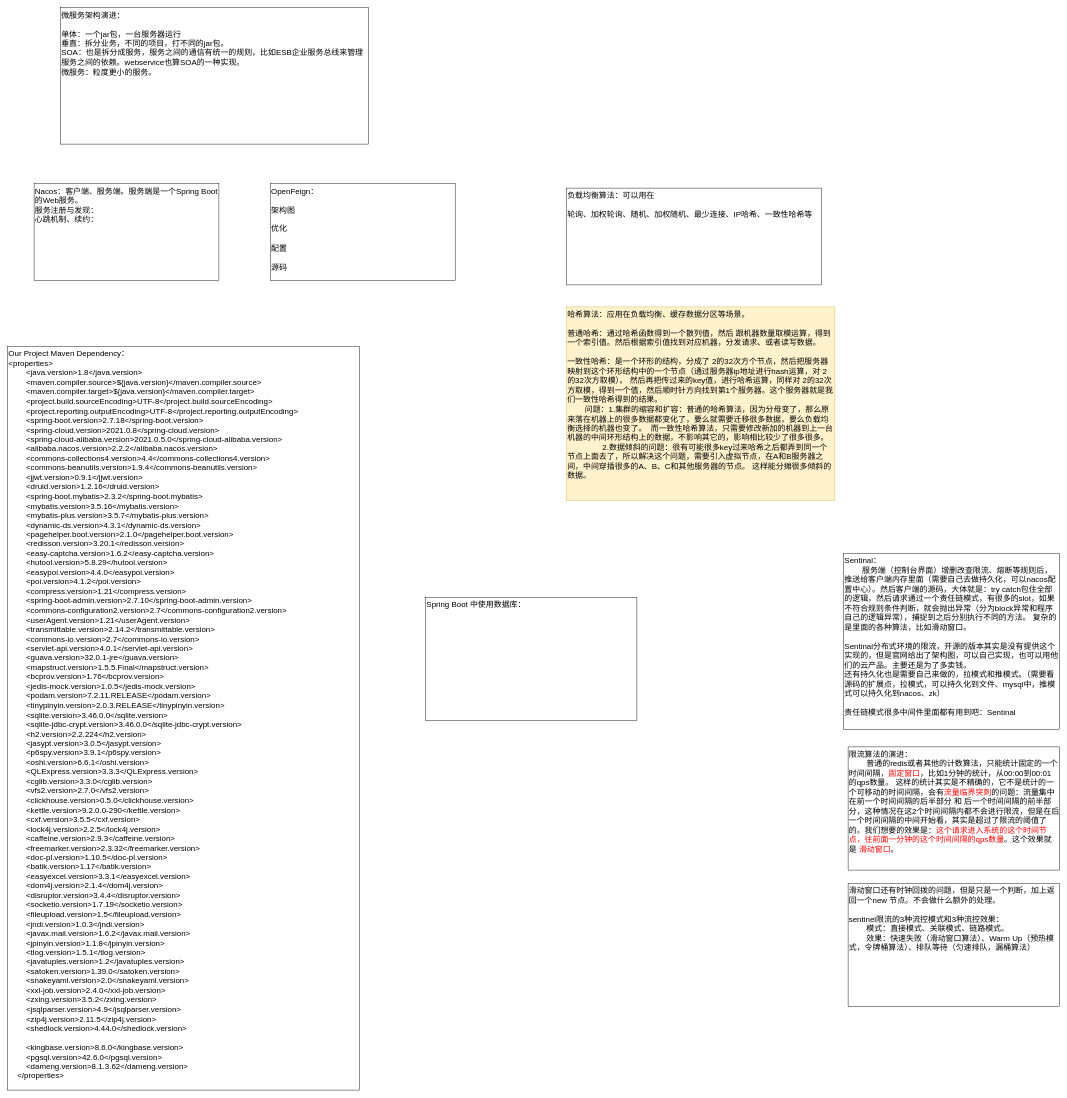
Earlier version of the draw.io diagram JAVA/微服务.drawio (KGwolf/MyDraw). Source tidied: cells renumbered, new cells numbered last; positions are measured from the earlier drawing's top-left corner, leaving out a move shared by most shapes. Both pictures are drawn from the tidied source at 44%, with x=0, y=0 at pixel (7, 7).
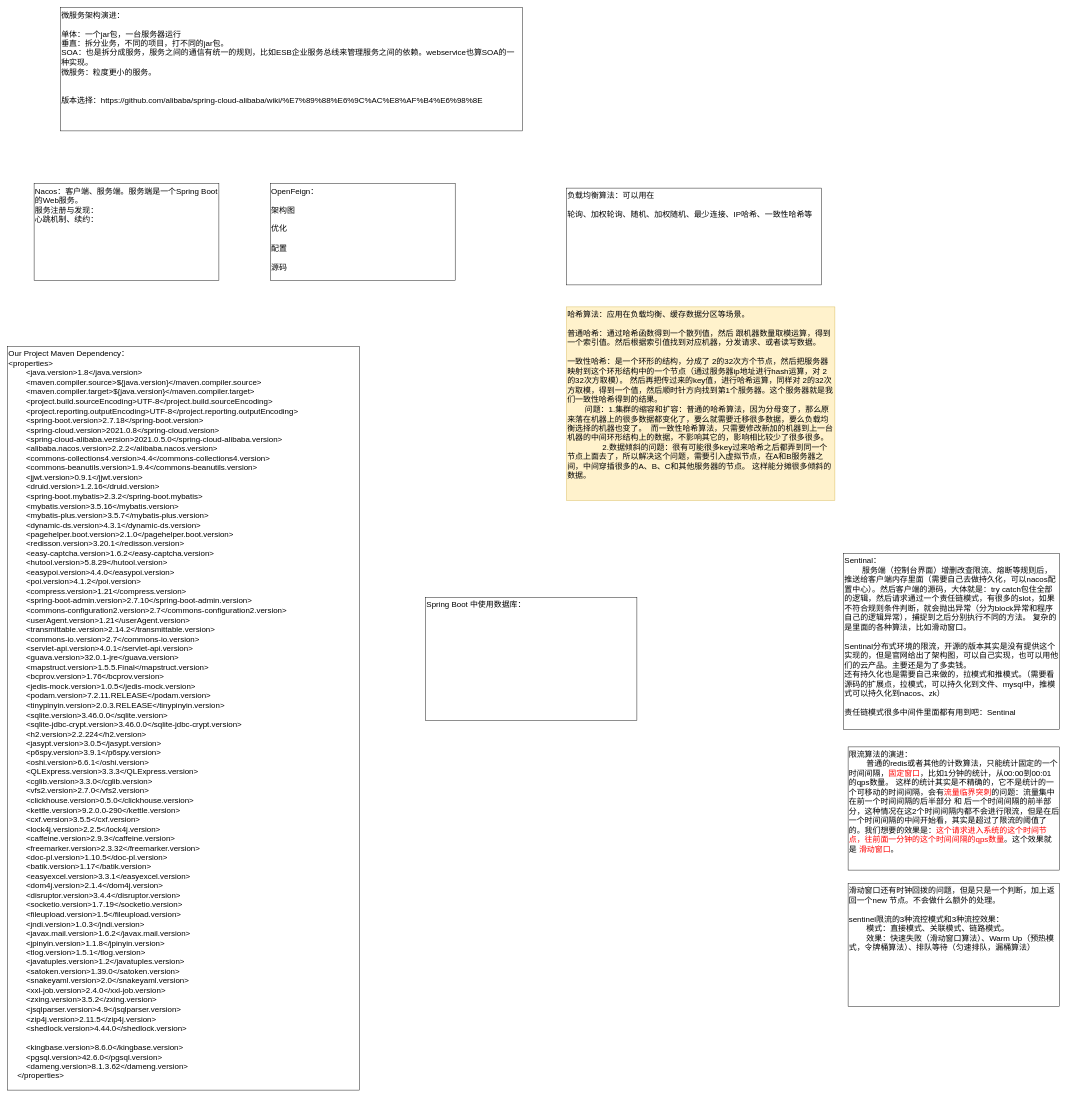
The same page after the edit.

Commit message:
更新微服务.drawio

The edit, as a diff of the source:
```diff
@@
 <mxGraphModel>
   <root>
     <mxCell id="0" />
     <mxCell id="1" parent="0" />
     <mxCell id="2" value="Nacos：客户端、服务端。服务端是一个Spring Boot的Web服务。&lt;div&gt;服务注册与发现：&lt;/div&gt;&lt;div&gt;心跳机制、续约：&lt;br&gt;&lt;div&gt;&lt;br&gt;&lt;/div&gt;&lt;/div&gt;" style="rounded=0;whiteSpace=wrap;html=1;fontSize=18;verticalAlign=top;align=left;" parent="1" vertex="1">
       <mxGeometry x="60" y="400" width="420" height="220" as="geometry" />
     </mxCell>
     <mxCell id="3" value="&lt;div&gt;OpenFeign：&lt;/div&gt;&lt;div&gt;&lt;br&gt;&lt;/div&gt;&lt;div&gt;架构图&lt;/div&gt;&lt;div&gt;&lt;br&gt;&lt;/div&gt;&lt;div&gt;优化&lt;/div&gt;&lt;div&gt;&lt;br&gt;&lt;/div&gt;&lt;div&gt;配置&lt;/div&gt;&lt;div&gt;&lt;br&gt;&lt;/div&gt;&lt;div&gt;源码&lt;/div&gt;" style="rounded=0;whiteSpace=wrap;html=1;fontSize=18;verticalAlign=top;align=left;" parent="1" vertex="1">
       <mxGeometry x="597" y="400" width="420" height="220" as="geometry" />
     </mxCell>
     <mxCell id="4" value="Our Project Maven Dependency：&lt;div&gt;&lt;div&gt;&amp;lt;properties&amp;gt;&lt;/div&gt;&lt;div&gt;&amp;nbsp; &amp;nbsp; &amp;nbsp; &amp;nbsp; &amp;lt;java.version&amp;gt;1.8&amp;lt;/java.version&amp;gt;&lt;/div&gt;&lt;div&gt;&amp;nbsp; &amp;nbsp; &amp;nbsp; &amp;nbsp; &amp;lt;maven.compiler.source&amp;gt;${java.version}&amp;lt;/maven.compiler.source&amp;gt;&lt;/div&gt;&lt;div&gt;&amp;nbsp; &amp;nbsp; &amp;nbsp; &amp;nbsp; &amp;lt;maven.compiler.target&amp;gt;${java.version}&amp;lt;/maven.compiler.target&amp;gt;&lt;/div&gt;&lt;div&gt;&amp;nbsp; &amp;nbsp; &amp;nbsp; &amp;nbsp; &amp;lt;project.build.sourceEncoding&amp;gt;UTF-8&amp;lt;/project.build.sourceEncoding&amp;gt;&lt;/div&gt;&lt;div&gt;&amp;nbsp; &amp;nbsp; &amp;nbsp; &amp;nbsp; &amp;lt;project.reporting.outputEncoding&amp;gt;UTF-8&amp;lt;/project.reporting.outputEncoding&amp;gt;&lt;/div&gt;&lt;div&gt;&amp;nbsp; &amp;nbsp; &amp;nbsp; &amp;nbsp; &amp;lt;spring-boot.version&amp;gt;2.7.18&amp;lt;/spring-boot.version&amp;gt;&lt;/div&gt;&lt;div&gt;&amp;nbsp; &amp;nbsp; &amp;nbsp; &amp;nbsp; &amp;lt;spring-cloud.version&amp;gt;2021.0.8&amp;lt;/spring-cloud.version&amp;gt;&lt;/div&gt;&lt;div&gt;&amp;nbsp; &amp;nbsp; &amp;nbsp; &amp;nbsp; &amp;lt;spring-cloud-alibaba.version&amp;gt;2021.0.5.0&amp;lt;/spring-cloud-alibaba.version&amp;gt;&lt;/div&gt;&lt;div&gt;&amp;nbsp; &amp;nbsp; &amp;nbsp; &amp;nbsp; &amp;lt;alibaba.nacos.version&amp;gt;2.2.2&amp;lt;/alibaba.nacos.version&amp;gt;&lt;/div&gt;&lt;div&gt;&amp;nbsp; &amp;nbsp; &amp;nbsp; &amp;nbsp; &amp;lt;commons-collections4.version&amp;gt;4.4&amp;lt;/commons-collections4.version&amp;gt;&lt;/div&gt;&lt;div&gt;&amp;nbsp; &amp;nbsp; &amp;nbsp; &amp;nbsp; &amp;lt;commons-beanutils.version&amp;gt;1.9.4&amp;lt;/commons-beanutils.version&amp;gt;&lt;/div&gt;&lt;div&gt;&amp;nbsp; &amp;nbsp; &amp;nbsp; &amp;nbsp; &amp;lt;jjwt.version&amp;gt;0.9.1&amp;lt;/jjwt.version&amp;gt;&lt;/div&gt;&lt;div&gt;&amp;nbsp; &amp;nbsp; &amp;nbsp; &amp;nbsp; &amp;lt;druid.version&amp;gt;1.2.16&amp;lt;/druid.version&amp;gt;&lt;/div&gt;&lt;div&gt;&amp;nbsp; &amp;nbsp; &amp;nbsp; &amp;nbsp; &amp;lt;spring-boot.mybatis&amp;gt;2.3.2&amp;lt;/spring-boot.mybatis&amp;gt;&lt;/div&gt;&lt;div&gt;&amp;nbsp; &amp;nbsp; &amp;nbsp; &amp;nbsp; &amp;lt;mybatis.version&amp;gt;3.5.16&amp;lt;/mybatis.version&amp;gt;&lt;/div&gt;&lt;div&gt;&amp;nbsp; &amp;nbsp; &amp;nbsp; &amp;nbsp; &amp;lt;mybatis-plus.version&amp;gt;3.5.7&amp;lt;/mybatis-plus.version&amp;gt;&lt;/div&gt;&lt;div&gt;&amp;nbsp; &amp;nbsp; &amp;nbsp; &amp;nbsp; &amp;lt;dynamic-ds.version&amp;gt;4.3.1&amp;lt;/dynamic-ds.version&amp;gt;&lt;/div&gt;&lt;div&gt;&amp;nbsp; &amp;nbsp; &amp;nbsp; &amp;nbsp; &amp;lt;pagehelper.boot.version&amp;gt;2.1.0&amp;lt;/pagehelper.boot.version&amp;gt;&lt;/div&gt;&lt;div&gt;&amp;nbsp; &amp;nbsp; &amp;nbsp; &amp;nbsp; &amp;lt;redisson.version&amp;gt;3.20.1&amp;lt;/redisson.version&amp;gt;&lt;/div&gt;&lt;div&gt;&amp;nbsp; &amp;nbsp; &amp;nbsp; &amp;nbsp; &amp;lt;easy-captcha.version&amp;gt;1.6.2&amp;lt;/easy-captcha.version&amp;gt;&lt;/div&gt;&lt;div&gt;&amp;nbsp; &amp;nbsp; &amp;nbsp; &amp;nbsp; &amp;lt;hutool.version&amp;gt;5.8.29&amp;lt;/hutool.version&amp;gt;&lt;/div&gt;&lt;div&gt;&amp;nbsp; &amp;nbsp; &amp;nbsp; &amp;nbsp; &amp;lt;easypoi.version&amp;gt;4.4.0&amp;lt;/easypoi.version&amp;gt;&lt;/div&gt;&lt;div&gt;&amp;nbsp; &amp;nbsp; &amp;nbsp; &amp;nbsp; &amp;lt;poi.version&amp;gt;4.1.2&amp;lt;/poi.version&amp;gt;&lt;/div&gt;&lt;div&gt;&amp;nbsp; &amp;nbsp; &amp;nbsp; &amp;nbsp; &amp;lt;compress.version&amp;gt;1.21&amp;lt;/compress.version&amp;gt;&lt;/div&gt;&lt;div&gt;&amp;nbsp; &amp;nbsp; &amp;nbsp; &amp;nbsp; &amp;lt;spring-boot-admin.version&amp;gt;2.7.10&amp;lt;/spring-boot-admin.version&amp;gt;&lt;/div&gt;&lt;div&gt;&amp;nbsp; &amp;nbsp; &amp;nbsp; &amp;nbsp; &amp;lt;commons-configuration2.version&amp;gt;2.7&amp;lt;/commons-configuration2.version&amp;gt;&lt;/div&gt;&lt;div&gt;&amp;nbsp; &amp;nbsp; &amp;nbsp; &amp;nbsp; &amp;lt;userAgent.version&amp;gt;1.21&amp;lt;/userAgent.version&amp;gt;&lt;/div&gt;&lt;div&gt;&amp;nbsp; &amp;nbsp; &amp;nbsp; &amp;nbsp; &amp;lt;transmittable.version&amp;gt;2.14.2&amp;lt;/transmittable.version&amp;gt;&lt;/div&gt;&lt;div&gt;&amp;nbsp; &amp;nbsp; &amp;nbsp; &amp;nbsp; &amp;lt;commons-io.version&amp;gt;2.7&amp;lt;/commons-io.version&amp;gt;&lt;/div&gt;&lt;div&gt;&amp;nbsp; &amp;nbsp; &amp;nbsp; &amp;nbsp; &amp;lt;servlet-api.version&amp;gt;4.0.1&amp;lt;/servlet-api.version&amp;gt;&lt;/div&gt;&lt;div&gt;&amp;nbsp; &amp;nbsp; &amp;nbsp; &amp;nbsp; &amp;lt;guava.version&amp;gt;32.0.1-jre&amp;lt;/guava.version&amp;gt;&lt;/div&gt;&lt;div&gt;&amp;nbsp; &amp;nbsp; &amp;nbsp; &amp;nbsp; &amp;lt;mapstruct.version&amp;gt;1.5.5.Final&amp;lt;/mapstruct.version&amp;gt;&lt;/div&gt;&lt;div&gt;&amp;nbsp; &amp;nbsp; &amp;nbsp; &amp;nbsp; &amp;lt;bcprov.version&amp;gt;1.76&amp;lt;/bcprov.version&amp;gt;&lt;/div&gt;&lt;div&gt;&amp;nbsp; &amp;nbsp; &amp;nbsp; &amp;nbsp; &amp;lt;jedis-mock.version&amp;gt;1.0.5&amp;lt;/jedis-mock.version&amp;gt;&lt;/div&gt;&lt;div&gt;&amp;nbsp; &amp;nbsp; &amp;nbsp; &amp;nbsp; &amp;lt;podam.version&amp;gt;7.2.11.RELEASE&amp;lt;/podam.version&amp;gt;&lt;/div&gt;&lt;div&gt;&amp;nbsp; &amp;nbsp; &amp;nbsp; &amp;nbsp; &amp;lt;tinypinyin.version&amp;gt;2.0.3.RELEASE&amp;lt;/tinypinyin.version&amp;gt;&lt;/div&gt;&lt;div&gt;&amp;nbsp; &amp;nbsp; &amp;nbsp; &amp;nbsp; &amp;lt;sqlite.version&amp;gt;3.46.0.0&amp;lt;/sqlite.version&amp;gt;&lt;/div&gt;&lt;div&gt;&amp;nbsp; &amp;nbsp; &amp;nbsp; &amp;nbsp; &amp;lt;sqlite-jdbc-crypt.version&amp;gt;3.46.0.0&amp;lt;/sqlite-jdbc-crypt.version&amp;gt;&lt;/div&gt;&lt;div&gt;&amp;nbsp; &amp;nbsp; &amp;nbsp; &amp;nbsp; &amp;lt;h2.version&amp;gt;2.2.224&amp;lt;/h2.version&amp;gt;&lt;/div&gt;&lt;div&gt;&amp;nbsp; &amp;nbsp; &amp;nbsp; &amp;nbsp; &amp;lt;jasypt.version&amp;gt;3.0.5&amp;lt;/jasypt.version&amp;gt;&lt;/div&gt;&lt;div&gt;&amp;nbsp; &amp;nbsp; &amp;nbsp; &amp;nbsp; &amp;lt;p6spy.version&amp;gt;3.9.1&amp;lt;/p6spy.version&amp;gt;&lt;/div&gt;&lt;div&gt;&amp;nbsp; &amp;nbsp; &amp;nbsp; &amp;nbsp; &amp;lt;oshi.version&amp;gt;6.6.1&amp;lt;/oshi.version&amp;gt;&lt;/div&gt;&lt;div&gt;&amp;nbsp; &amp;nbsp; &amp;nbsp; &amp;nbsp; &amp;lt;QLExpress.version&amp;gt;3.3.3&amp;lt;/QLExpress.version&amp;gt;&lt;/div&gt;&lt;div&gt;&amp;nbsp; &amp;nbsp; &amp;nbsp; &amp;nbsp; &amp;lt;cglib.version&amp;gt;3.3.0&amp;lt;/cglib.version&amp;gt;&lt;/div&gt;&lt;div&gt;&amp;nbsp; &amp;nbsp; &amp;nbsp; &amp;nbsp; &amp;lt;vfs2.version&amp;gt;2.7.0&amp;lt;/vfs2.version&amp;gt;&lt;/div&gt;&lt;div&gt;&amp;nbsp; &amp;nbsp; &amp;nbsp; &amp;nbsp; &amp;lt;clickhouse.version&amp;gt;0.5.0&amp;lt;/clickhouse.version&amp;gt;&lt;/div&gt;&lt;div&gt;&amp;nbsp; &amp;nbsp; &amp;nbsp; &amp;nbsp; &amp;lt;kettle.version&amp;gt;9.2.0.0-290&amp;lt;/kettle.version&amp;gt;&lt;/div&gt;&lt;div&gt;&amp;nbsp; &amp;nbsp; &amp;nbsp; &amp;nbsp; &amp;lt;cxf.version&amp;gt;3.5.5&amp;lt;/cxf.version&amp;gt;&lt;/div&gt;&lt;div&gt;&amp;nbsp; &amp;nbsp; &amp;nbsp; &amp;nbsp; &amp;lt;lock4j.version&amp;gt;2.2.5&amp;lt;/lock4j.version&amp;gt;&lt;/div&gt;&lt;div&gt;&amp;nbsp; &amp;nbsp; &amp;nbsp; &amp;nbsp; &amp;lt;caffeine.version&amp;gt;2.9.3&amp;lt;/caffeine.version&amp;gt;&lt;/div&gt;&lt;div&gt;&amp;nbsp; &amp;nbsp; &amp;nbsp; &amp;nbsp; &amp;lt;freemarker.version&amp;gt;2.3.32&amp;lt;/freemarker.version&amp;gt;&lt;/div&gt;&lt;div&gt;&amp;nbsp; &amp;nbsp; &amp;nbsp; &amp;nbsp; &amp;lt;doc-pl.version&amp;gt;1.10.5&amp;lt;/doc-pl.version&amp;gt;&lt;/div&gt;&lt;div&gt;&amp;nbsp; &amp;nbsp; &amp;nbsp; &amp;nbsp; &amp;lt;batik.version&amp;gt;1.17&amp;lt;/batik.version&amp;gt;&lt;/div&gt;&lt;div&gt;&amp;nbsp; &amp;nbsp; &amp;nbsp; &amp;nbsp; &amp;lt;easyexcel.version&amp;gt;3.3.1&amp;lt;/easyexcel.version&amp;gt;&lt;/div&gt;&lt;div&gt;&amp;nbsp; &amp;nbsp; &amp;nbsp; &amp;nbsp; &amp;lt;dom4j.version&amp;gt;2.1.4&amp;lt;/dom4j.version&amp;gt;&lt;/div&gt;&lt;div&gt;&amp;nbsp; &amp;nbsp; &amp;nbsp; &amp;nbsp; &amp;lt;disruptor.version&amp;gt;3.4.4&amp;lt;/disruptor.version&amp;gt;&lt;/div&gt;&lt;div&gt;&amp;nbsp; &amp;nbsp; &amp;nbsp; &amp;nbsp; &amp;lt;socketio.version&amp;gt;1.7.19&amp;lt;/socketio.version&amp;gt;&lt;/div&gt;&lt;div&gt;&amp;nbsp; &amp;nbsp; &amp;nbsp; &amp;nbsp; &amp;lt;fileupload.version&amp;gt;1.5&amp;lt;/fileupload.version&amp;gt;&lt;/div&gt;&lt;div&gt;&amp;nbsp; &amp;nbsp; &amp;nbsp; &amp;nbsp; &amp;lt;jndi.version&amp;gt;1.0.3&amp;lt;/jndi.version&amp;gt;&lt;/div&gt;&lt;div&gt;&amp;nbsp; &amp;nbsp; &amp;nbsp; &amp;nbsp; &amp;lt;javax.mail.version&amp;gt;1.6.2&amp;lt;/javax.mail.version&amp;gt;&lt;/div&gt;&lt;div&gt;&amp;nbsp; &amp;nbsp; &amp;nbsp; &amp;nbsp; &amp;lt;jpinyin.version&amp;gt;1.1.8&amp;lt;/jpinyin.version&amp;gt;&lt;/div&gt;&lt;div&gt;&amp;nbsp; &amp;nbsp; &amp;nbsp; &amp;nbsp; &amp;lt;tlog.version&amp;gt;1.5.1&amp;lt;/tlog.version&amp;gt;&lt;/div&gt;&lt;div&gt;&amp;nbsp; &amp;nbsp; &amp;nbsp; &amp;nbsp; &amp;lt;javatuples.version&amp;gt;1.2&amp;lt;/javatuples.version&amp;gt;&lt;/div&gt;&lt;div&gt;&amp;nbsp; &amp;nbsp; &amp;nbsp; &amp;nbsp; &amp;lt;satoken.version&amp;gt;1.39.0&amp;lt;/satoken.version&amp;gt;&lt;/div&gt;&lt;div&gt;&amp;nbsp; &amp;nbsp; &amp;nbsp; &amp;nbsp; &amp;lt;snakeyaml.version&amp;gt;2.0&amp;lt;/snakeyaml.version&amp;gt;&lt;/div&gt;&lt;div&gt;&amp;nbsp; &amp;nbsp; &amp;nbsp; &amp;nbsp; &amp;lt;xxl-job.version&amp;gt;2.4.0&amp;lt;/xxl-job.version&amp;gt;&lt;/div&gt;&lt;div&gt;&amp;nbsp; &amp;nbsp; &amp;nbsp; &amp;nbsp; &amp;lt;zxing.version&amp;gt;3.5.2&amp;lt;/zxing.version&amp;gt;&lt;/div&gt;&lt;div&gt;&amp;nbsp; &amp;nbsp; &amp;nbsp; &amp;nbsp; &amp;lt;jsqlparser.version&amp;gt;4.9&amp;lt;/jsqlparser.version&amp;gt;&lt;/div&gt;&lt;div&gt;&amp;nbsp; &amp;nbsp; &amp;nbsp; &amp;nbsp; &amp;lt;zip4j.version&amp;gt;2.11.5&amp;lt;/zip4j.version&amp;gt;&lt;/div&gt;&lt;div&gt;&amp;nbsp; &amp;nbsp; &amp;nbsp; &amp;nbsp; &amp;lt;shedlock.version&amp;gt;4.44.0&amp;lt;/shedlock.version&amp;gt;&lt;/div&gt;&lt;div&gt;&lt;br&gt;&lt;/div&gt;&lt;div&gt;&amp;nbsp; &amp;nbsp; &amp;nbsp; &amp;nbsp; &amp;lt;kingbase.version&amp;gt;8.6.0&amp;lt;/kingbase.version&amp;gt;&lt;/div&gt;&lt;div&gt;&amp;nbsp; &amp;nbsp; &amp;nbsp; &amp;nbsp; &amp;lt;pgsql.version&amp;gt;42.6.0&amp;lt;/pgsql.version&amp;gt;&lt;/div&gt;&lt;div&gt;&amp;nbsp; &amp;nbsp; &amp;nbsp; &amp;nbsp; &amp;lt;dameng.version&amp;gt;8.1.3.62&amp;lt;/dameng.version&amp;gt;&lt;/div&gt;&lt;div&gt;&amp;nbsp; &amp;nbsp; &amp;lt;/properties&amp;gt;&lt;/div&gt;&lt;div&gt;&lt;br&gt;&lt;/div&gt;&lt;/div&gt;" style="rounded=0;whiteSpace=wrap;html=1;fontSize=18;verticalAlign=top;align=left;" parent="1" vertex="1">
       <mxGeometry y="770" width="800" height="1690" as="geometry" />
     </mxCell>
-    <mxCell id="5" value="微服务架构演进：&lt;div&gt;&lt;br&gt;&lt;/div&gt;&lt;div&gt;单体：一个jar包，一台服务器运行&lt;/div&gt;&lt;div&gt;垂直：拆分业务，不同的项目，打不同的jar包。&lt;/div&gt;&lt;div&gt;SOA：也是拆分成服务，服务之间的通信有统一的规则，比如ESB企业服务总线来管理服务之间的依赖。webservice也算SOA的一种实现。&lt;/div&gt;&lt;div&gt;微服务：粒度更小的服务。&lt;br&gt;&lt;div&gt;&lt;br&gt;&lt;/div&gt;&lt;/div&gt;" style="rounded=0;whiteSpace=wrap;html=1;fontSize=18;verticalAlign=top;align=left;" parent="1" vertex="1">
-      <mxGeometry x="120" width="700" height="310" as="geometry" />
+    <mxCell id="5" value="微服务架构演进：&lt;div&gt;&lt;br&gt;&lt;/div&gt;&lt;div&gt;单体：一个jar包，一台服务器运行&lt;/div&gt;&lt;div&gt;垂直：拆分业务，不同的项目，打不同的jar包。&lt;/div&gt;&lt;div&gt;SOA：也是拆分成服务，服务之间的通信有统一的规则，比如ESB企业服务总线来管理服务之间的依赖。webservice也算SOA的一种实现。&lt;/div&gt;&lt;div&gt;微服务：粒度更小的服务。&lt;/div&gt;&lt;div&gt;&lt;br&gt;&lt;/div&gt;&lt;div&gt;&lt;br&gt;&lt;/div&gt;&lt;div&gt;版本选择：https://github.com/alibaba/spring-cloud-alibaba/wiki/%E7%89%88%E6%9C%AC%E8%AF%B4%E6%98%8E&lt;br&gt;&lt;div&gt;&lt;br&gt;&lt;/div&gt;&lt;/div&gt;" style="rounded=0;whiteSpace=wrap;html=1;fontSize=18;verticalAlign=top;align=left;" parent="1" vertex="1">
+      <mxGeometry x="120" width="1050" height="280" as="geometry" />
     </mxCell>
     <mxCell id="6" value="&lt;div&gt;负载均衡算法：可以用在&lt;/div&gt;&lt;div&gt;&lt;br&gt;&lt;/div&gt;&lt;div&gt;轮询、加权轮询、随机、加权随机、最少连接、IP哈希、一致性哈希等&lt;/div&gt;" style="rounded=0;whiteSpace=wrap;html=1;fontSize=18;verticalAlign=top;align=left;" parent="1" vertex="1">
       <mxGeometry x="1270" y="410" width="580" height="220" as="geometry" />
     </mxCell>
     <mxCell id="7" value="&lt;div&gt;哈希算法：应用在负载均衡、缓存数据分区等场景。&lt;/div&gt;&lt;div&gt;&lt;br&gt;&lt;/div&gt;&lt;div&gt;普通哈希：通过哈希函数得到一个散列值，然后 跟机器数量取模运算，得到一个索引值。然后根据索引值找到对应机器，分发请求、或者读写数据。&lt;/div&gt;&lt;div&gt;&lt;br&gt;&lt;/div&gt;一致性哈希：是一个环形的结构，分成了 2的32次方个节点，然后把服务器映射到这个环形结构中的一个节点（通过服务器ip地址进行hash运算，对 2的32次方取模）。 然后再把传过来的key值，进行哈希运算，同样对 2的32次方取模，得到一个值，然后顺时针方向找到第1个服务器。这个服务器就是我们一致性哈希得到的结果。&lt;div&gt;&lt;span style=&quot;white-space: pre;&quot;&gt;&#9;&lt;/span&gt;问题：1.集群的缩容和扩容：普通的哈希算法，因为分母变了，那么原来落在机器上的很多数据都变化了，要么就需要迁移很多数据，要么负载均衡选择的机器也变了。&amp;nbsp; 而一致性哈希算法，只需要修改新加的机器到上一台机器的中间环形结构上的数据，不影响其它的，影响相比较少了很多很多。&lt;br&gt;&lt;/div&gt;&lt;div&gt;&lt;span style=&quot;white-space: pre;&quot;&gt;&#9;&lt;/span&gt;&lt;span style=&quot;white-space: pre;&quot;&gt;&#9;&lt;/span&gt;2.数据倾斜的问题：很有可能很多key过来哈希之后都弄到同一个节点上面去了，所以解决这个问题，需要引入虚拟节点，在A和B服务器之间，中间穿插很多的A、B、C和其他服务器的节点。 这样能分摊很多倾斜的数据。&lt;br&gt;&lt;/div&gt;" style="rounded=0;whiteSpace=wrap;html=1;fontSize=18;verticalAlign=top;align=left;fillColor=#fff2cc;strokeColor=#d6b656;" parent="1" vertex="1">
       <mxGeometry x="1270" y="680" width="610" height="440" as="geometry" />
     </mxCell>
     <mxCell id="8" value="Spring Boot 中使用数据库：" style="rounded=0;whiteSpace=wrap;html=1;fontSize=18;verticalAlign=top;align=left;" parent="1" vertex="1">
       <mxGeometry x="950" y="1340" width="480" height="280" as="geometry" />
     </mxCell>
     <mxCell id="9" value="Sentinal：&lt;div&gt;&lt;span style=&quot;white-space: pre;&quot;&gt;&#9;&lt;/span&gt;服务端（控制台界面）增删改查限流、熔断等规则后，推送给客户端内存里面（需要自己去做持久化，可以nacos配置中心）。然后客户端的源码，大体就是：try catch包住全部的逻辑，然后请求通过一个责任链模式，有很多的slot，如果不符合规则条件判断，就会抛出异常（分为block异常和程序自己的逻辑异常），捕捉到之后分别执行不同的方法。 复杂的是里面的各种算法，比如滑动窗口。&lt;br&gt;&lt;/div&gt;&lt;div&gt;&lt;br&gt;&lt;/div&gt;&lt;div&gt;Sentinal分布式环境的限流，开源的版本其实是没有提供这个实现的，但是官网给出了架构图，可以自己实现，也可以用他们的云产品。主要还是为了多卖钱。&lt;/div&gt;&lt;div&gt;还有持久化也是需要自己来做的，拉模式和推模式。（需要看源码的扩展点，拉模式，可以持久化到文件、mysql中，推模式可以持久化到nacos、zk）&lt;/div&gt;&lt;div&gt;&lt;br&gt;&lt;/div&gt;&lt;div&gt;责任链模式很多中间件里面都有用到吧：Sentinal&lt;/div&gt;&lt;div&gt;&lt;br&gt;&lt;/div&gt;" style="rounded=0;whiteSpace=wrap;html=1;fontSize=18;verticalAlign=top;align=left;" parent="1" vertex="1">
       <mxGeometry x="1900" y="1240" width="490" height="400" as="geometry" />
     </mxCell>
     <mxCell id="10" value="限流算法的演进：&lt;div&gt;&lt;span style=&quot;white-space: pre;&quot;&gt;&#9;&lt;/span&gt;普通的redis或者其他的计数算法，只能统计固定的一个时间间隔，&lt;font style=&quot;color: rgb(255, 0, 0);&quot;&gt;固定窗口&lt;/font&gt;，比如1分钟的统计，从00:00到00:01的qps数量。 这样的统计其实是不精确的，&lt;span style=&quot;background-color: transparent; color: light-dark(rgb(0, 0, 0), rgb(255, 255, 255));&quot;&gt;它不是统计的一个可移动的时间间隔，&lt;/span&gt;&lt;span style=&quot;background-color: transparent; color: light-dark(rgb(0, 0, 0), rgb(255, 255, 255));&quot;&gt;会有&lt;/span&gt;&lt;font style=&quot;background-color: transparent; color: rgb(255, 0, 0);&quot;&gt;流量临界突刺&lt;/font&gt;&lt;span style=&quot;background-color: transparent; color: light-dark(rgb(0, 0, 0), rgb(255, 255, 255));&quot;&gt;的问题：流量集中在前一个时间间隔的后半部分 和 后一个时间间隔的前半部分，这种情况在这2个时间间隔内都不会进行限流，但是在后一个时间间隔的中间开始看，其实是超过了限流的阈值了的。我们想要的效果是：&lt;/span&gt;&lt;font style=&quot;background-color: transparent; color: rgb(255, 0, 0);&quot;&gt;这个请求进入系统的这个时间节点，往前面一分钟的这个时间间隔的qps数量&lt;/font&gt;&lt;span style=&quot;background-color: transparent; color: light-dark(rgb(0, 0, 0), rgb(255, 255, 255));&quot;&gt;。这个效果就是 &lt;/span&gt;&lt;font style=&quot;background-color: transparent; color: rgb(255, 0, 0);&quot;&gt;滑动窗口&lt;/font&gt;&lt;span style=&quot;background-color: transparent; color: light-dark(rgb(0, 0, 0), rgb(255, 255, 255));&quot;&gt;。&lt;/span&gt;&lt;/div&gt;&lt;div&gt;&lt;div&gt;&lt;br&gt;&lt;/div&gt;&lt;/div&gt;" style="rounded=0;whiteSpace=wrap;html=1;fontSize=18;verticalAlign=top;align=left;" parent="1" vertex="1">
       <mxGeometry x="1910" y="1680" width="480" height="280" as="geometry" />
     </mxCell>
     <mxCell id="11" value="滑动窗口还有时钟回拨的问题，但是只是一个判断，加上返回一个new 节点。不会做什么额外的处理。&lt;div&gt;&lt;br&gt;&lt;/div&gt;&lt;div&gt;sentinel限流的3种流控模式和3种流控效果：&lt;/div&gt;&lt;div&gt;&lt;span style=&quot;white-space: pre;&quot;&gt;&#9;&lt;/span&gt;模式：直接模式、关联模式、链路模式。&lt;/div&gt;&lt;div&gt;&lt;span style=&quot;white-space: pre;&quot;&gt;&#9;&lt;/span&gt;效果：快速失败（滑动窗口算法）、Warm Up（预热模式，令牌桶算法）、排队等待（匀速排队，漏桶算法）&lt;br&gt;&lt;/div&gt;&lt;div&gt;&lt;div&gt;&lt;div&gt;&lt;br&gt;&lt;/div&gt;&lt;/div&gt;&lt;/div&gt;" style="rounded=0;whiteSpace=wrap;html=1;fontSize=18;verticalAlign=top;align=left;" parent="1" vertex="1">
       <mxGeometry x="1910" y="1990" width="480" height="280" as="geometry" />
     </mxCell>
   </root>
 </mxGraphModel>
```
